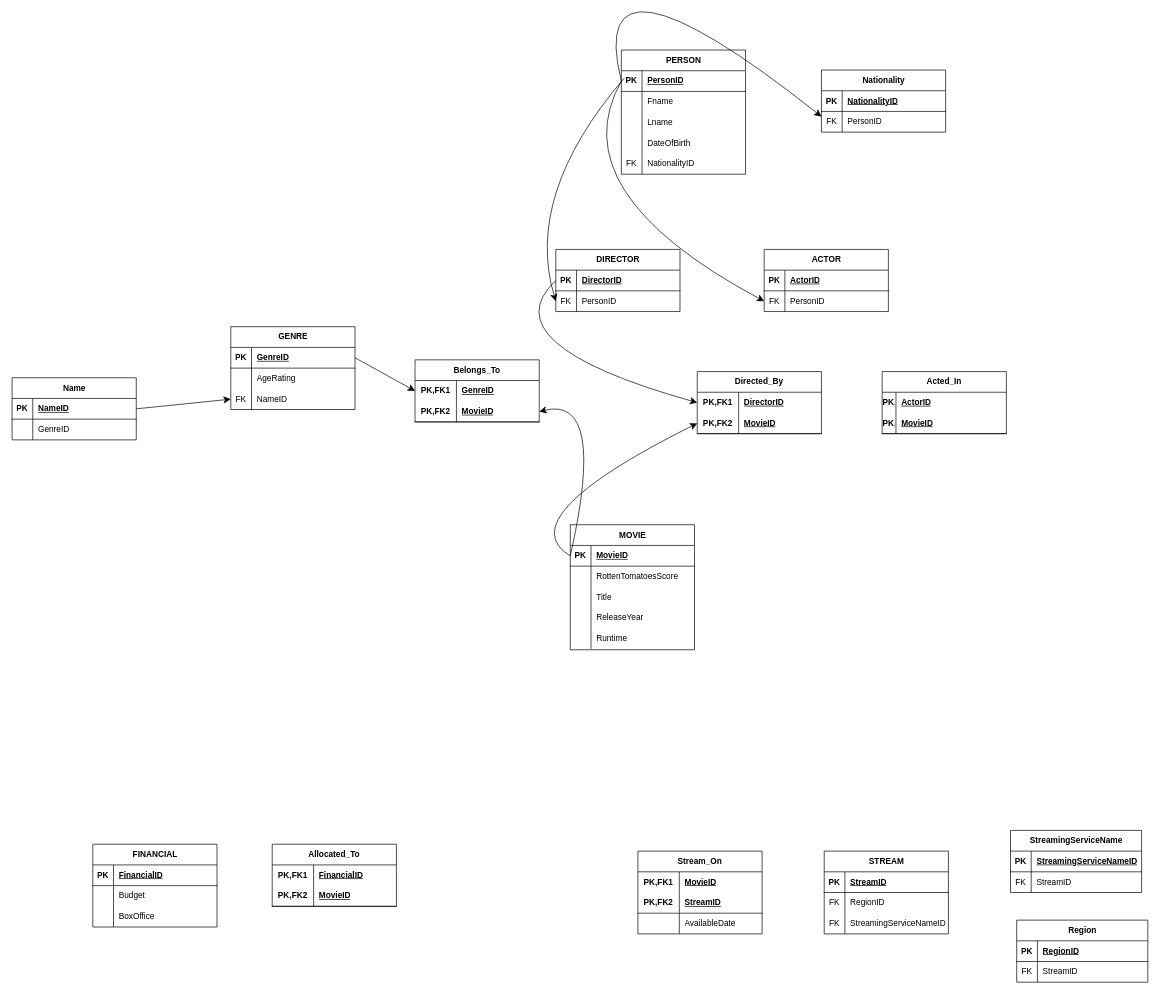
miguelTrC/MovieBaseDB keeps this draw.io diagram as page "Page-2" (2 of 2) of MovieBaseEER.drawio. Above is the earlier version. Source tidied: cells renumbered, new cells numbered last; positions are measured from the earlier drawing's top-left corner, leaving out a move shared by most shapes. Both pictures are drawn from the tidied source at 69%, with x=0, y=0 at pixel (12, -72).
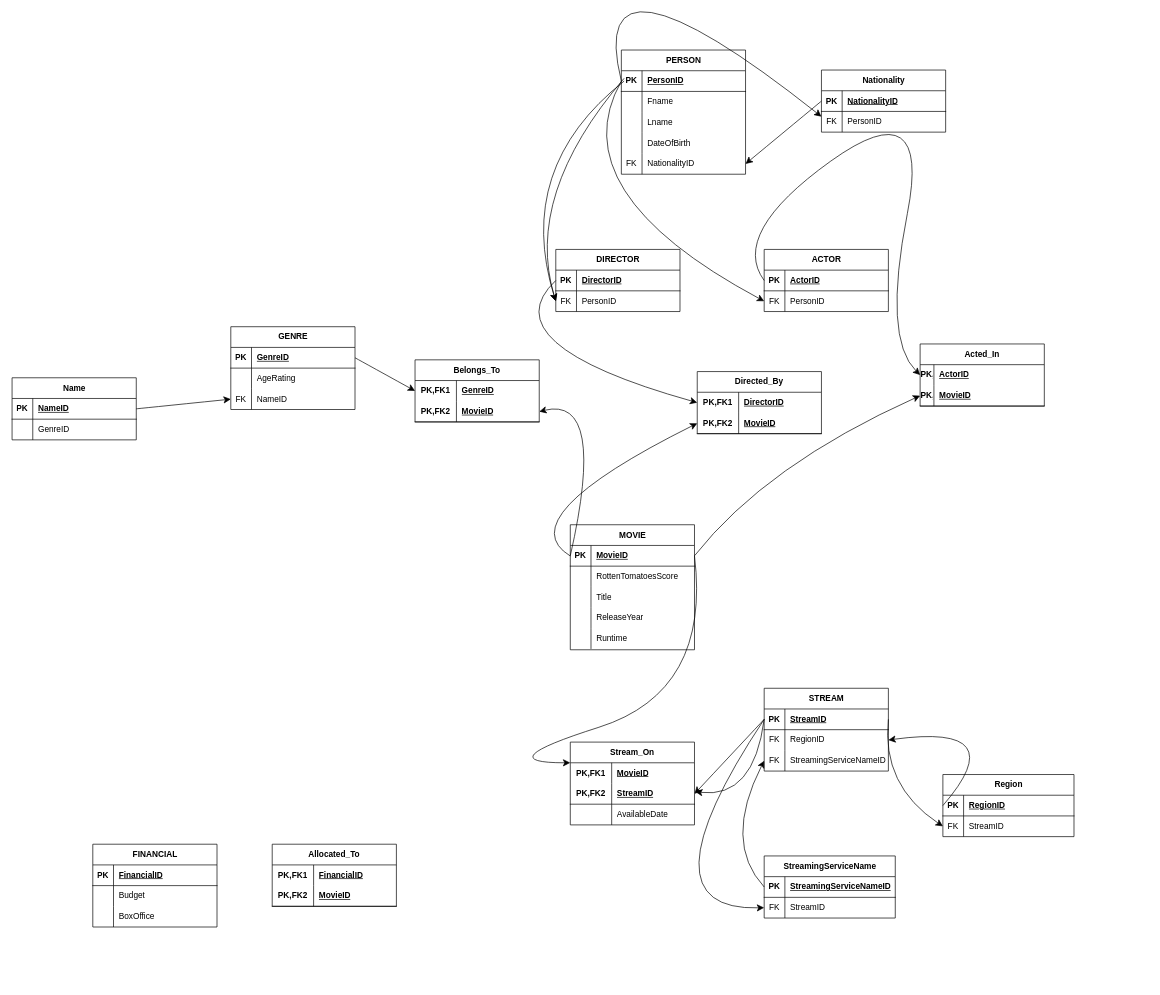
The same diagram, later.

Commit message:
All arrows to original relations table have been added

Unchanged cells that the change refers to:
```xml
<mxCell id="3" style="shape=tableRow;horizontal=0;startSize=0;swimlaneHead=0;swimlaneBody=0;fillColor=none;points=[[0,0.5],[1,0.5]];portConstraint=eastwest;top=0;left=0;right=0;bottom=1;" parent="2" vertex="1">
  <mxGeometry y="30" width="180" height="30" as="geometry" />
</mxCell>
<mxCell id="19" style="shape=tableRow;horizontal=0;startSize=0;swimlaneHead=0;swimlaneBody=0;fillColor=none;points=[[0,0.5],[1,0.5]];portConstraint=eastwest;top=0;left=0;right=0;bottom=1;" parent="18" vertex="1">
  <mxGeometry y="30" width="180" height="30" as="geometry" />
</mxCell>
<mxCell id="22" style="shape=tableRow;horizontal=0;startSize=0;swimlaneHead=0;swimlaneBody=0;fillColor=none;points=[[0,0.5],[1,0.5]];portConstraint=eastwest;top=0;left=0;right=0;bottom=0;" parent="18" vertex="1">
  <mxGeometry y="60" width="180" height="30" as="geometry" />
</mxCell>
<mxCell id="25" style="shape=tableRow;horizontal=0;startSize=0;swimlaneHead=0;swimlaneBody=0;fillColor=none;points=[[0,0.5],[1,0.5]];portConstraint=eastwest;top=0;left=0;right=0;bottom=0;" parent="18" vertex="1">
  <mxGeometry y="90" width="180" height="30" as="geometry" />
</mxCell>
<mxCell id="61" style="shape=tableRow;horizontal=0;startSize=0;swimlaneHead=0;swimlaneBody=0;fillColor=none;points=[[0,0.5],[1,0.5]];portConstraint=eastwest;top=0;left=0;right=0;bottom=0;" parent="48" vertex="1">
  <mxGeometry y="150" width="180" height="30" as="geometry" />
</mxCell>
<mxCell id="65" style="shape=tableRow;horizontal=0;startSize=0;swimlaneHead=0;swimlaneBody=0;fillColor=none;points=[[0,0.5],[1,0.5]];portConstraint=eastwest;top=0;left=0;right=0;bottom=1;" parent="64" vertex="1">
  <mxGeometry y="30" width="180" height="30" as="geometry" />
</mxCell>
<mxCell id="75" style="shape=tableRow;horizontal=0;startSize=0;swimlaneHead=0;swimlaneBody=0;fillColor=none;points=[[0,0.5],[1,0.5]];portConstraint=eastwest;top=0;left=0;right=0;bottom=0;" parent="71" vertex="1">
  <mxGeometry y="60" width="180" height="30" as="geometry" />
</mxCell>
<mxCell id="78" value="ACTOR" style="shape=table;startSize=30;childLayout=tableLayout;rowLines=0;fontStyle=1;align=center;html=1;" parent="1" vertex="1">
  <mxGeometry x="1090" y="466" width="180" height="90" as="geometry" />
</mxCell>
<mxCell id="86" style="shape=tableRow;horizontal=0;startSize=0;swimlaneHead=0;swimlaneBody=0;fillColor=none;points=[[0,0.5],[1,0.5]];portConstraint=eastwest;top=0;left=0;right=0;bottom=1;" parent="85" vertex="1">
  <mxGeometry y="30" width="190" height="30" as="geometry" />
</mxCell>
<mxCell id="89" style="shape=tableRow;horizontal=0;startSize=0;swimlaneHead=0;swimlaneBody=0;fillColor=none;points=[[0,0.5],[1,0.5]];portConstraint=eastwest;top=0;left=0;right=0;bottom=0;" parent="85" vertex="1">
  <mxGeometry y="60" width="190" height="30" as="geometry" />
</mxCell>
<mxCell id="93" style="shape=tableRow;horizontal=0;startSize=0;swimlaneHead=0;swimlaneBody=0;fillColor=none;points=[[0,0.5],[1,0.5]];portConstraint=eastwest;top=0;left=0;right=0;bottom=1;" parent="92" vertex="1">
  <mxGeometry y="30" width="190" height="30" as="geometry" />
</mxCell>
<mxCell id="96" style="shape=tableRow;horizontal=0;startSize=0;swimlaneHead=0;swimlaneBody=0;fillColor=none;points=[[0,0.5],[1,0.5]];portConstraint=eastwest;top=0;left=0;right=0;bottom=0;" parent="92" vertex="1">
  <mxGeometry y="60" width="190" height="30" as="geometry" />
</mxCell>
<mxCell id="103" style="shape=tableRow;horizontal=0;startSize=0;swimlaneHead=0;swimlaneBody=0;fillColor=none;points=[[0,0.5],[1,0.5]];portConstraint=eastwest;top=0;left=0;right=0;bottom=1;html=1;" parent="99" vertex="1">
  <mxGeometry y="60" width="180" height="30" as="geometry" />
</mxCell>
<mxCell id="131" style="shape=tableRow;horizontal=0;startSize=0;swimlaneHead=0;swimlaneBody=0;fillColor=none;points=[[0,0.5],[1,0.5]];portConstraint=eastwest;top=0;left=0;right=0;bottom=0;html=1;" parent="130" vertex="1">
  <mxGeometry y="30" width="180" height="30" as="geometry" />
</mxCell>
<mxCell id="134" style="shape=tableRow;horizontal=0;startSize=0;swimlaneHead=0;swimlaneBody=0;fillColor=none;points=[[0,0.5],[1,0.5]];portConstraint=eastwest;top=0;left=0;right=0;bottom=1;html=1;" parent="130" vertex="1">
  <mxGeometry y="60" width="180" height="30" as="geometry" />
</mxCell>
```

Change to the diagram source:
```diff
@@
     <mxCell id="18" value="STREAM" style="shape=table;startSize=30;childLayout=tableLayout;rowLines=0;fontStyle=1;align=center;html=1;" parent="1" vertex="1">
-      <mxGeometry x="1177" y="1338" width="180" height="120" as="geometry" />
+      <mxGeometry x="1090" y="1102" width="180" height="120" as="geometry" />
     </mxCell>
@@
     <mxCell id="85" value="StreamingServiceName" style="shape=table;startSize=30;childLayout=tableLayout;rowLines=0;fontStyle=1;align=center;html=1;" parent="1" vertex="1">
-      <mxGeometry x="1447" y="1308" width="190" height="90" as="geometry" />
+      <mxGeometry x="1090" y="1345" width="190" height="90" as="geometry" />
     </mxCell>
@@
     <mxCell id="92" value="Region" style="shape=table;startSize=30;childLayout=tableLayout;rowLines=0;fontStyle=1;align=center;html=1;" parent="1" vertex="1">
-      <mxGeometry x="1456" y="1438" width="190" height="90" as="geometry" />
+      <mxGeometry x="1349" y="1227" width="190" height="90" as="geometry" />
     </mxCell>
@@
     <mxCell id="99" value="Stream_On" style="shape=table;startSize=30;childLayout=tableLayout;rowLines=0;fontStyle=1;align=center;html=1;whiteSpace=wrap;" parent="1" vertex="1">
-      <mxGeometry x="907" y="1338" width="180" height="120" as="geometry" />
+      <mxGeometry x="809" y="1180" width="180" height="120" as="geometry" />
     </mxCell>
@@
     <mxCell id="130" value="Acted_In" style="shape=table;startSize=30;childLayout=tableLayout;rowLines=0;fontStyle=1;align=center;html=1;whiteSpace=wrap;" parent="1" vertex="1">
-      <mxGeometry x="1261" y="643" width="180" height="90" as="geometry" />
+      <mxGeometry x="1316" y="603" width="180" height="90" as="geometry" />
     </mxCell>
@@
+    <mxCell id="152" style="endArrow=classic;html=1;rounded=0;fontSize=12;startSize=8;endSize=8;curved=1;exitX=0;exitY=0.5;exitDx=0;exitDy=0;entryX=1;entryY=0.5;entryDx=0;entryDy=0;" parent="1" edge="1" source="65" target="61">
+      <mxGeometry relative="1" as="geometry" />
+    </mxCell>
+    <mxCell id="153" style="endArrow=classic;html=1;rounded=0;fontSize=12;startSize=8;endSize=8;curved=1;exitX=0;exitY=0.5;exitDx=0;exitDy=0;entryX=0;entryY=0.5;entryDx=0;entryDy=0;" parent="1" edge="1" source="78" target="131">
+      <mxGeometry relative="1" as="geometry">
+        <Array as="points">
+          <mxPoint x="1040" y="443" />
+          <mxPoint x="1333" y="233" />
+          <mxPoint x="1262" y="595" />
+        </Array>
+      </mxGeometry>
+    </mxCell>
+    <mxCell id="154" style="edgeStyle=none;curved=1;rounded=0;jettySize=auto;html=1;exitX=1;exitY=0.5;exitDx=0;exitDy=0;entryX=0;entryY=0.5;entryDx=0;entryDy=0;fontSize=12;startSize=8;endSize=8;" parent="1" edge="1" source="3" target="134">
+      <mxGeometry relative="1" as="geometry">
+        <Array as="points">
+          <mxPoint x="1093" y="778" />
+        </Array>
+      </mxGeometry>
+    </mxCell>
+    <mxCell id="155" style="endArrow=classic;html=1;rounded=0;fontSize=12;startSize=8;endSize=8;curved=1;entryX=0;entryY=0.5;entryDx=0;entryDy=0;" parent="1" edge="1" target="75">
+      <mxGeometry relative="1" as="geometry">
+        <mxPoint x="887" y="222" as="sourcePoint" />
+        <Array as="points">
+          <mxPoint x="728" y="348" />
+        </Array>
+      </mxGeometry>
+    </mxCell>
+    <mxCell id="156" style="endArrow=classic;html=1;rounded=0;fontSize=12;startSize=8;endSize=8;curved=1;exitX=0;exitY=0.5;exitDx=0;exitDy=0;" parent="1" edge="1" source="19">
+      <mxGeometry relative="1" as="geometry">
+        <mxPoint x="990" y="1252" as="targetPoint" />
+        <Array as="points">
+          <mxPoint x="1075" y="1262" />
+        </Array>
+      </mxGeometry>
+    </mxCell>
+    <mxCell id="157" style="endArrow=classic;html=1;rounded=0;fontSize=12;startSize=8;endSize=8;curved=1;exitX=1;exitY=0.5;exitDx=0;exitDy=0;entryX=0;entryY=0.5;entryDx=0;entryDy=0;" parent="1" edge="1" source="19" target="96">
+      <mxGeometry relative="1" as="geometry">
+        <Array as="points">
+          <mxPoint x="1260" y="1243" />
+        </Array>
+      </mxGeometry>
+    </mxCell>
+    <mxCell id="158" style="endArrow=classic;html=1;rounded=0;fontSize=12;startSize=8;endSize=8;curved=1;exitX=0;exitY=0.5;exitDx=0;exitDy=0;entryX=1;entryY=0.5;entryDx=0;entryDy=0;" parent="1" edge="1" source="93" target="22">
+      <mxGeometry relative="1" as="geometry">
+        <Array as="points">
+          <mxPoint x="1453" y="1152" />
+        </Array>
+      </mxGeometry>
+    </mxCell>
+    <mxCell id="159" style="endArrow=classic;html=1;rounded=0;fontSize=12;startSize=8;endSize=8;curved=1;entryX=0;entryY=0.5;entryDx=0;entryDy=0;exitX=0;exitY=0.5;exitDx=0;exitDy=0;" parent="1" edge="1" source="86" target="25">
+      <mxGeometry relative="1" as="geometry">
+        <Array as="points">
+          <mxPoint x="1030" y="1325" />
+        </Array>
+      </mxGeometry>
+    </mxCell>
+    <mxCell id="160" style="endArrow=classic;html=1;rounded=0;fontSize=12;startSize=8;endSize=8;curved=1;exitX=0;exitY=0.5;exitDx=0;exitDy=0;entryX=0;entryY=0.5;entryDx=0;entryDy=0;" parent="1" edge="1" source="19" target="89">
+      <mxGeometry relative="1" as="geometry">
+        <Array as="points">
+          <mxPoint x="905" y="1425" />
+        </Array>
+      </mxGeometry>
+    </mxCell>
+    <mxCell id="161" style="endArrow=classic;html=1;rounded=0;fontSize=12;startSize=8;endSize=8;curved=1;exitX=1;exitY=0.5;exitDx=0;exitDy=0;entryX=0;entryY=0.25;entryDx=0;entryDy=0;" parent="1" edge="1" source="3" target="99">
+      <mxGeometry relative="1" as="geometry">
+        <Array as="points">
+          <mxPoint x="1013" y="1107" />
+          <mxPoint x="688" y="1210" />
+        </Array>
+      </mxGeometry>
+    </mxCell>
+    <mxCell id="162" style="endArrow=classic;html=1;rounded=0;fontSize=12;startSize=8;endSize=8;curved=1;exitX=0;exitY=0.5;exitDx=0;exitDy=0;entryX=1;entryY=0.5;entryDx=0;entryDy=0;" parent="1" edge="1" source="19" target="103">
+      <mxGeometry relative="1" as="geometry" />
+    </mxCell>
```
